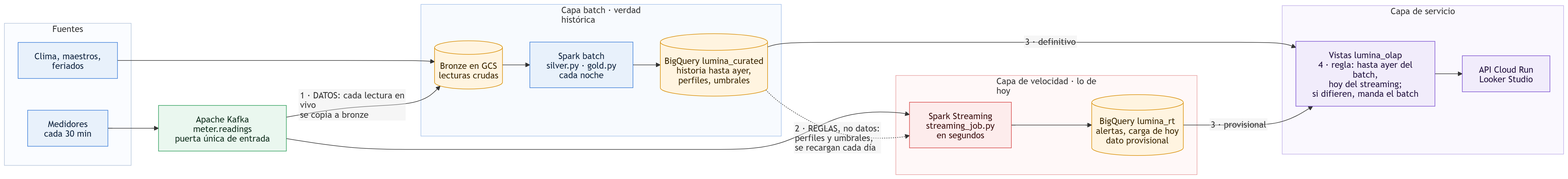
Diego9828/dataenergia-lumina keeps this Mermaid diagram as docs/diagrama_lambda.png. Above is the earlier version. Its source is kept beside it as docs/diagrama_lambda.mmd.
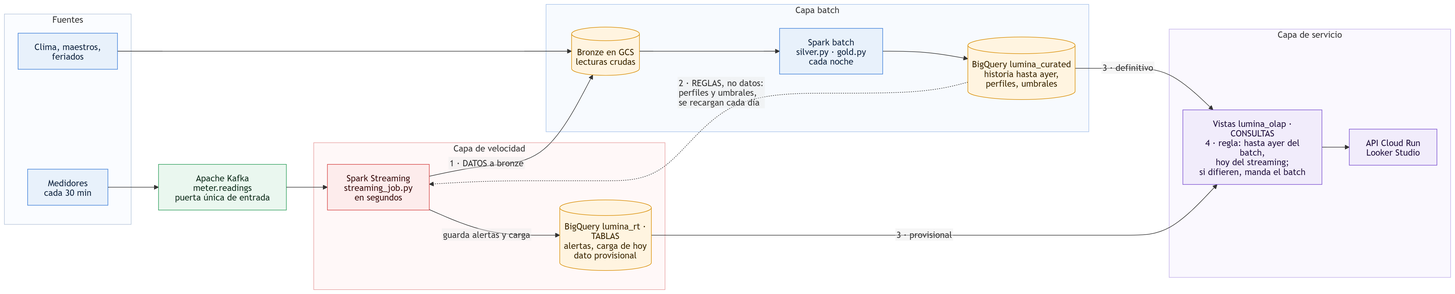
The same file after the commit.

Commit message:
Diagramas: el job de streaming escribe en bronze y en tablas rt

The edit, as a diff of the source:
```diff
@@ -6,30 +6,30 @@
 
   K["Apache Kafka<br/>meter.readings<br/>puerta única de entrada"]
 
-  subgraph BATCH["Capa batch · verdad histórica"]
+  subgraph BATCH["Capa batch"]
     B1[("Bronze en GCS<br/>lecturas crudas")]
     B2["Spark batch<br/>silver.py · gold.py<br/>cada noche"]
     B3[("BigQuery lumina_curated<br/>historia hasta ayer,<br/>perfiles, umbrales")]
   end
 
-  subgraph SPEED["Capa de velocidad · lo de hoy"]
+  subgraph SPEED["Capa de velocidad"]
     S1["Spark Streaming<br/>streaming_job.py<br/>en segundos"]
-    S2[("BigQuery lumina_rt<br/>alertas, carga de hoy<br/>dato provisional")]
+    S2[("BigQuery lumina_rt · TABLAS<br/>alertas, carga de hoy<br/>dato provisional")]
   end
 
   subgraph SERVE["Capa de servicio"]
-    V["Vistas lumina_olap<br/>4 · regla: hasta ayer del batch,<br/>hoy del streaming;<br/>si difieren, manda el batch"]
+    V["Vistas lumina_olap · CONSULTAS<br/>4 · regla: hasta ayer del batch,<br/>hoy del streaming;<br/>si difieren, manda el batch"]
     API["API Cloud Run<br/>Looker Studio"]
   end
 
   M --> K
   O --> B1
-  K -->|"1 · DATOS: cada lectura en vivo<br/>se copia a bronze"| B1
   K --> S1
+  S1 -->|"1 · DATOS a bronze"| B1
   B1 --> B2
   B2 --> B3
   B3 -.->|"2 · REGLAS, no datos:<br/>perfiles y umbrales,<br/>se recargan cada día"| S1
-  S1 --> S2
+  S1 -->|"guarda alertas y carga"| S2
   B3 -->|"3 · definitivo"| V
   S2 -->|"3 · provisional"| V
   V --> API
```
